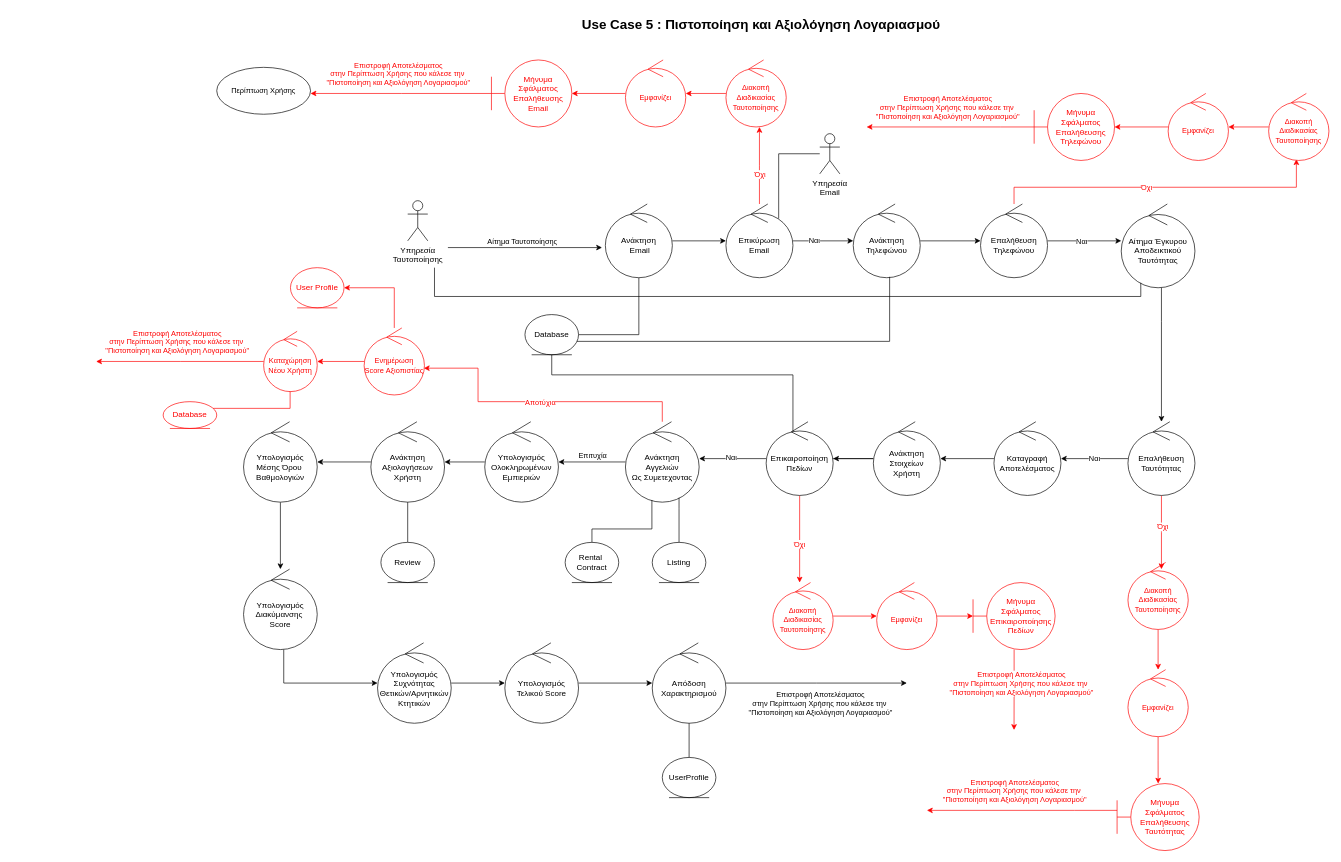
This is page "5-Πιστοποίηση-Λογαριαμού" (7 of 17) of FINAL DIAGRAMS/final_diagrams.drawio from evelinastavropoulou/HomeLink, a draw.io file, before an edit. Source tidied: cells renumbered, new cells numbered last; positions are measured from the earlier drawing's top-left corner, leaving out a move shared by most shapes. Both pictures are drawn from the tidied source at 67%, with x=0, y=0 at pixel (96, 11).
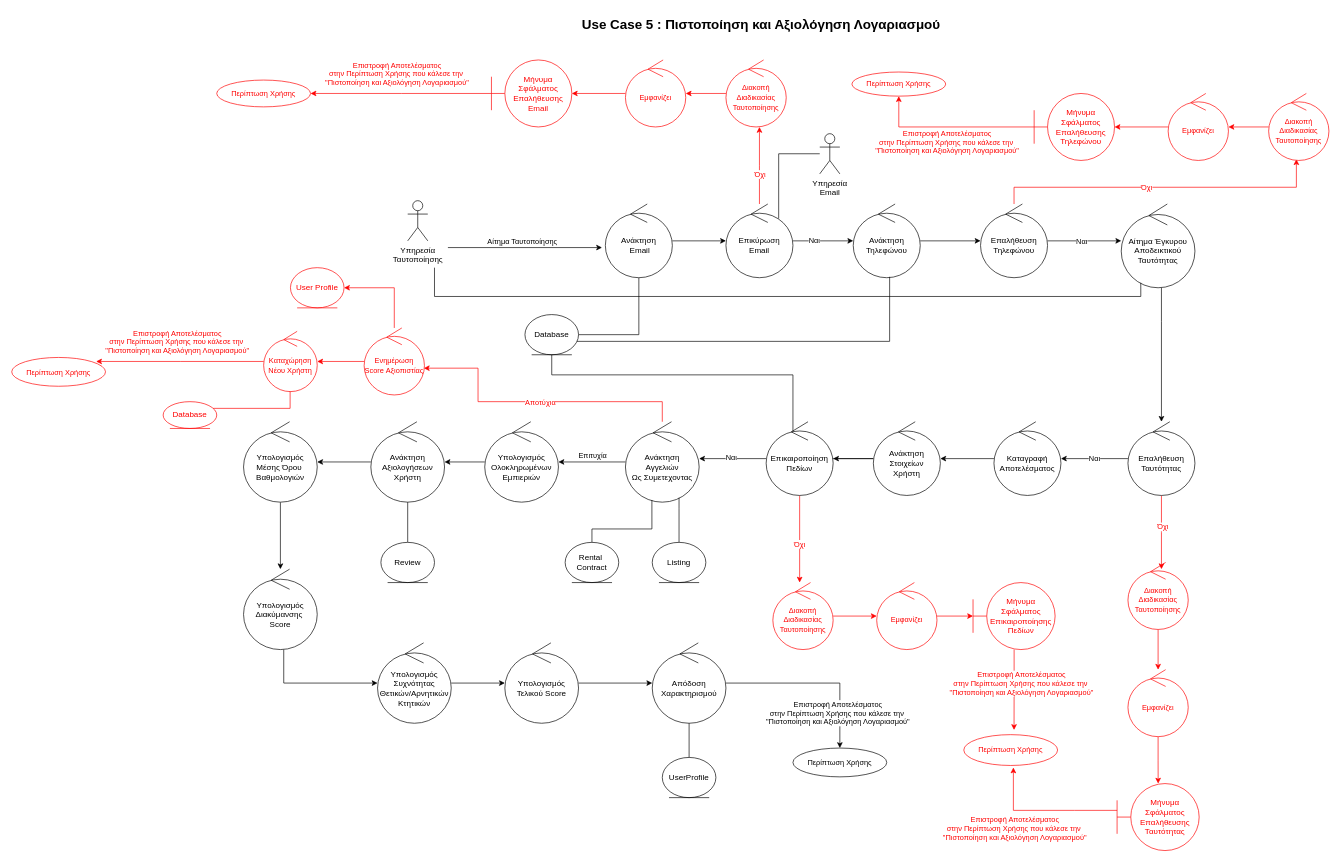
Above is the later version.

Unchanged cells that the change refers to:
```xml
<mxCell id="62" value="Απόδοση Χαρακτηρισμού" style="ellipse;shape=umlControl;whiteSpace=wrap;html=1;" parent="1" vertex="1">
  <mxGeometry x="830" y="942" width="110" height="120" as="geometry" />
</mxCell>
<mxCell id="76" value="Μήνυμα Σφάλματος&lt;div&gt;Επαλήθευσης&lt;/div&gt;&lt;div&gt;Τηλεφώνου&lt;/div&gt;" style="shape=umlBoundary;whiteSpace=wrap;html=1;fontColor=#FF0000;strokeColor=#FF0000;" parent="1" vertex="1">
  <mxGeometry x="1400" y="122" width="120" height="100" as="geometry" />
</mxCell>
<mxCell id="84" value="Μήνυμα Σφάλματος&lt;div&gt;Επαλήθευσης&lt;/div&gt;&lt;div&gt;Ταυτότητας&lt;/div&gt;" style="shape=umlBoundary;whiteSpace=wrap;html=1;fontColor=#FF0000;strokeColor=#FF0000;" parent="1" vertex="1">
  <mxGeometry x="1523.8" y="1152" width="122.5" height="100" as="geometry" />
</mxCell>
```

Diff of the diagram source:
```diff
@@
-    <mxCell id="60" style="edgeStyle=orthogonalEdgeStyle;rounded=0;jettySize=auto;html=1;" parent="1" edge="1" source="62">
-      <mxGeometry relative="1" as="geometry">
-        <mxPoint x="1210" y="1002" as="targetPoint" />
-      </mxGeometry>
+    <mxCell id="60" style="edgeStyle=orthogonalEdgeStyle;rounded=0;jettySize=auto;html=1;" parent="1" edge="1" source="62" target="111">
+      <mxGeometry relative="1" as="geometry" />
     </mxCell>
@@
     <mxCell id="73" value="Επιστροφή Αποτελέσματος&lt;div&gt;στην Περίπτωση Χρήσης που κάλεσε την&amp;nbsp;&lt;div&gt;&quot;Πιστοποίηση και Αξιολόγηση Λογαριασμού&quot;&lt;/div&gt;&lt;/div&gt;" style="edgeLabel;html=1;align=center;verticalAlign=middle;" parent="1" vertex="1">
-      <mxGeometry x="1080" y="1032" as="geometry" />
+      <mxGeometry x="1106" y="1046" as="geometry" />
     </mxCell>
     <mxCell id="74" value="Επιστροφή Αποτελέσματος&lt;div&gt;στην Περίπτωση Χρήσης που κάλεσε την&amp;nbsp;&lt;div&gt;&quot;Πιστοποίηση και Αξιολόγηση Λογαριασμού&quot;&lt;/div&gt;&lt;/div&gt;" style="edgeLabel;html=1;align=center;verticalAlign=middle;fontColor=#FF0000;" parent="1" vertex="1">
-      <mxGeometry x="1270" y="142" as="geometry" />
+      <mxGeometry x="1270" y="142" as="geometry">
+        <mxPoint x="-1" y="52" as="offset" />
+      </mxGeometry>
     </mxCell>
-    <mxCell id="75" style="edgeStyle=orthogonalEdgeStyle;rounded=0;jettySize=auto;html=1;strokeColor=#FF0000;" parent="1" edge="1" source="76">
+    <mxCell id="75" style="edgeStyle=orthogonalEdgeStyle;rounded=0;jettySize=auto;html=1;strokeColor=#FF0000;entryX=0.5;entryY=1;entryDx=0;entryDy=0;" parent="1" edge="1" source="76" target="109">
       <mxGeometry relative="1" as="geometry">
-        <mxPoint x="1150" y="172" as="targetPoint" />
         <Array as="points">
-          <mxPoint x="1350" y="172" />
-          <mxPoint x="1350" y="172" />
+          <mxPoint x="1198" y="172" />
         </Array>
       </mxGeometry>
     </mxCell>
@@
     <mxCell id="82" value="Επιστροφή Αποτελέσματος&lt;div&gt;στην Περίπτωση Χρήσης που κάλεσε την&amp;nbsp;&lt;div&gt;&quot;Πιστοποίηση και Αξιολόγηση Λογαριασμού&quot;&lt;/div&gt;&lt;/div&gt;" style="edgeLabel;html=1;align=center;verticalAlign=middle;fontColor=#FF0000;" parent="1" vertex="1">
-      <mxGeometry x="1370" y="1162" as="geometry" />
+      <mxGeometry x="1370" y="1218" as="geometry" />
     </mxCell>
     <mxCell id="83" style="edgeStyle=orthogonalEdgeStyle;rounded=0;jettySize=auto;html=1;strokeColor=#FF0000;" parent="1" edge="1" source="84">
       <mxGeometry relative="1" as="geometry">
-        <mxPoint x="1240" y="1192" as="targetPoint" />
+        <mxPoint x="1369" y="1128" as="targetPoint" />
         <Array as="points">
           <mxPoint x="1460" y="1192" />
           <mxPoint x="1460" y="1192" />
         </Array>
       </mxGeometry>
     </mxCell>
@@
-    <mxCell id="107" value="&lt;span style=&quot;font-size: 11px; text-wrap-mode: nowrap; background-color: rgb(255, 255, 255);&quot;&gt;Περίπτωση Χρήσης&lt;/span&gt;" style="ellipse;whiteSpace=wrap;html=1;" parent="1" vertex="1">
-      <mxGeometry x="180" y="83" width="140" height="70" as="geometry" />
+    <mxCell id="107" value="&lt;span style=&quot;font-size: 11px; text-wrap-mode: nowrap; background-color: rgb(255, 255, 255);&quot;&gt;Περίπτωση Χρήσης&lt;/span&gt;" style="ellipse;whiteSpace=wrap;html=1;strokeColor=#FF0000;fontColor=#FF0000;" parent="1" vertex="1">
+      <mxGeometry x="180" y="102" width="140" height="40" as="geometry" />
     </mxCell>
+    <mxCell id="108" value="&lt;span style=&quot;font-size: 11px; text-wrap-mode: nowrap; background-color: rgb(255, 255, 255);&quot;&gt;Περίπτωση Χρήσης&lt;/span&gt;" style="ellipse;whiteSpace=wrap;html=1;strokeColor=#FF0000;fontColor=#FF0000;" parent="1" vertex="1">
+      <mxGeometry x="-126" y="516" width="140" height="43" as="geometry" />
+    </mxCell>
+    <mxCell id="109" value="&lt;span style=&quot;font-size: 11px; text-wrap-mode: nowrap; background-color: rgb(255, 255, 255);&quot;&gt;Περίπτωση Χρήσης&lt;/span&gt;" style="ellipse;whiteSpace=wrap;html=1;strokeColor=#FF0000;fontColor=#FF0000;" parent="1" vertex="1">
+      <mxGeometry x="1128" y="90" width="140" height="36" as="geometry" />
+    </mxCell>
+    <mxCell id="110" value="&lt;span style=&quot;font-size: 11px; text-wrap-mode: nowrap; background-color: rgb(255, 255, 255);&quot;&gt;Περίπτωση Χρήσης&lt;/span&gt;" style="ellipse;whiteSpace=wrap;html=1;strokeColor=#FF0000;fontColor=#FF0000;" parent="1" vertex="1">
+      <mxGeometry x="1295" y="1079" width="140" height="46" as="geometry" />
+    </mxCell>
+    <mxCell id="111" value="&lt;span style=&quot;font-size: 11px; text-wrap-mode: nowrap; background-color: rgb(255, 255, 255);&quot;&gt;Περίπτωση Χρήσης&lt;/span&gt;" style="ellipse;whiteSpace=wrap;html=1;strokeColor=#000000;fontColor=#000000;" parent="1" vertex="1">
+      <mxGeometry x="1040" y="1099" width="140" height="43" as="geometry" />
+    </mxCell>
```
